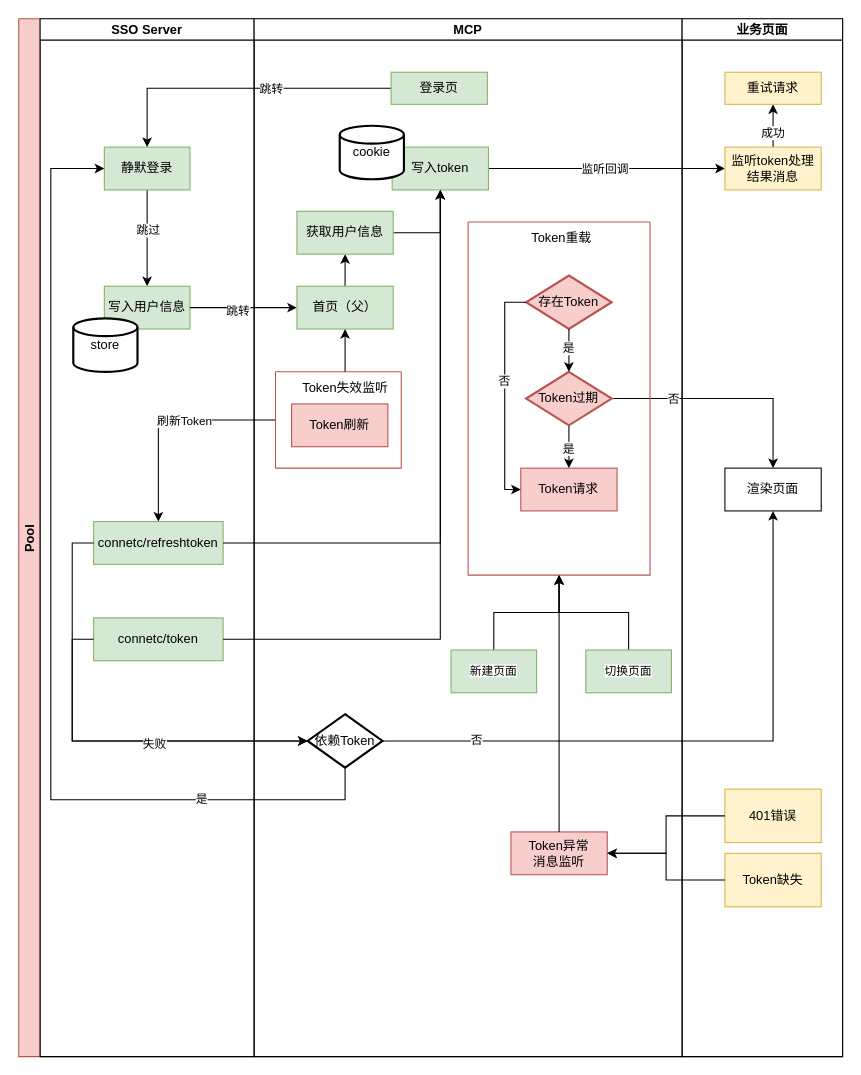
stonefromsky/workflowchart keeps this draw.io diagram as oidc访问令牌流程.drawio. Above is the earlier version. Source tidied: cells renumbered, new cells numbered last; positions are measured from the earlier drawing's top-left corner, leaving out a move shared by most shapes. Both pictures are drawn from the tidied source at 107%, with x=0, y=0 at pixel (18, 18).
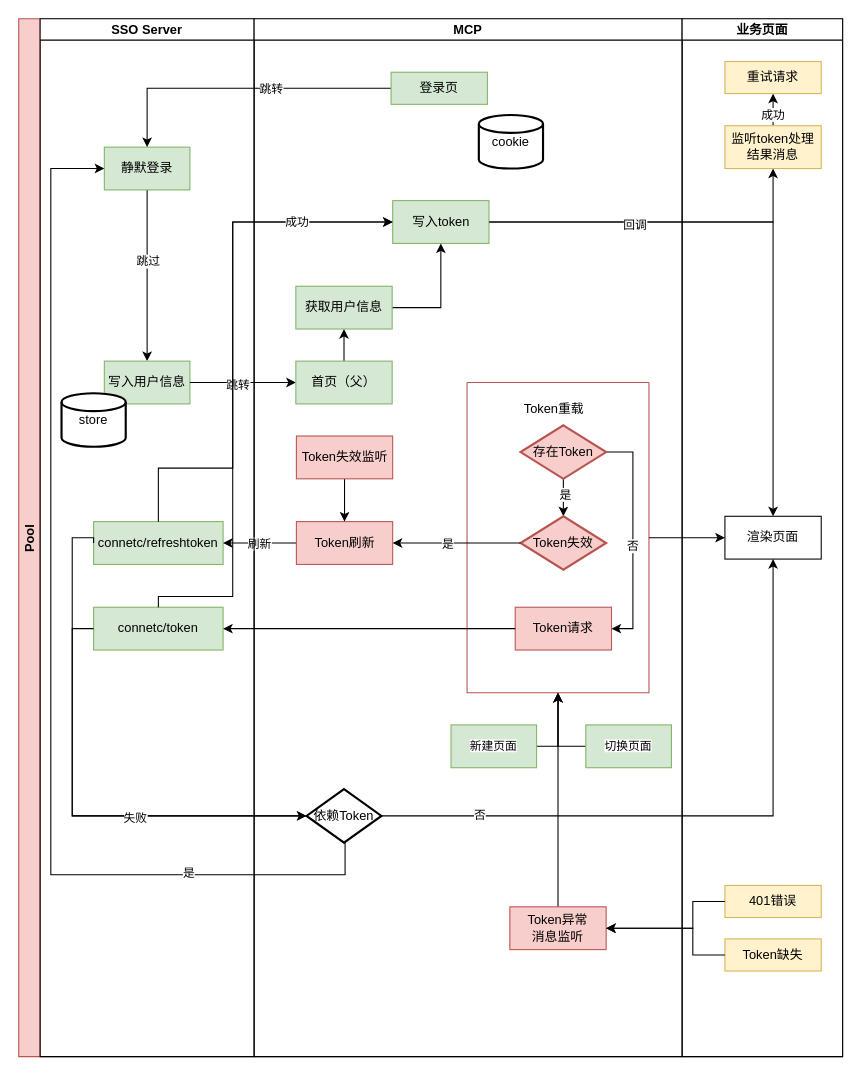
The same diagram, later.

Commit message (it also covers changes not shown here):
更新oidc访问令牌流程.drawio

The change refers to these unchanged cells:
```xml
<mxCell id="2" value="Pool" style="swimlane;startSize=20;horizontal=0;fillColor=#f8cecc;strokeColor=#b85450;" parent="1" vertex="1">
  <mxGeometry width="770" height="970" as="geometry" />
</mxCell>
<mxCell id="3" value="SSO Server" style="swimlane;startSize=20;" parent="2" vertex="1">
  <mxGeometry x="20" width="200" height="970" as="geometry" />
</mxCell>
<mxCell id="6" value="静默登录" style="rounded=0;whiteSpace=wrap;html=1;fillColor=#d5e8d4;strokeColor=#82b366;" parent="3" vertex="1">
  <mxGeometry x="60" y="120" width="80" height="40" as="geometry" />
</mxCell>
<mxCell id="9" value="connetc/refreshtoken" style="rounded=0;whiteSpace=wrap;html=1;fillColor=#d5e8d4;strokeColor=#82b366;" parent="3" vertex="1">
  <mxGeometry x="50" y="470" width="121" height="40" as="geometry" />
</mxCell>
<mxCell id="21" style="edgeStyle=orthogonalEdgeStyle;rounded=0;jettySize=auto;html=1;" parent="2" edge="1" source="29" target="57">
  <mxGeometry relative="1" as="geometry" />
</mxCell>
<mxCell id="23" value="MCP" style="swimlane;startSize=20;" parent="2" vertex="1">
  <mxGeometry x="220" width="400" height="970" as="geometry" />
</mxCell>
<mxCell id="53" value="业务页面" style="swimlane;startSize=20;" parent="2" vertex="1">
  <mxGeometry x="620" width="150" height="970" as="geometry" />
</mxCell>
```

What changed in the source:
```diff
@@
     <mxCell id="7" value="写入用户信息" style="rounded=0;whiteSpace=wrap;html=1;fillColor=#d5e8d4;strokeColor=#82b366;" parent="3" vertex="1">
-      <mxGeometry x="60" y="250" width="80" height="40" as="geometry" />
+      <mxGeometry x="60" y="320" width="80" height="40" as="geometry" />
     </mxCell>
     <mxCell id="8" value="store" style="strokeWidth=2;html=1;shape=mxgraph.flowchart.database;whiteSpace=wrap;" parent="3" vertex="1">
-      <mxGeometry x="31" y="280" width="60" height="50" as="geometry" />
+      <mxGeometry x="20" y="350" width="60" height="50" as="geometry" />
     </mxCell>
@@
     <mxCell id="10" value="connetc/token" style="rounded=0;whiteSpace=wrap;html=1;fillColor=#d5e8d4;strokeColor=#82b366;" parent="3" vertex="1">
-      <mxGeometry x="50" y="560" width="121" height="40" as="geometry" />
+      <mxGeometry x="50" y="550" width="121" height="40" as="geometry" />
     </mxCell>
@@
-    <mxCell id="15" style="edgeStyle=orthogonalEdgeStyle;rounded=0;jettySize=auto;html=1;entryX=0.5;entryY=1;entryDx=0;entryDy=0;exitX=1;exitY=0.5;exitDx=0;exitDy=0;" parent="2" edge="1" source="9" target="29">
-      <mxGeometry relative="1" as="geometry" />
-    </mxCell>
-    <mxCell id="16" style="edgeStyle=orthogonalEdgeStyle;rounded=0;jettySize=auto;html=1;entryX=0.5;entryY=0;entryDx=0;entryDy=0;exitX=0;exitY=0.5;exitDx=0;exitDy=0;" parent="2" edge="1" source="33" target="9">
+    <mxCell id="16" style="edgeStyle=orthogonalEdgeStyle;rounded=0;jettySize=auto;html=1;entryX=1;entryY=0.5;entryDx=0;entryDy=0;exitX=0;exitY=0.5;exitDx=0;exitDy=0;" parent="2" edge="1" source="35" target="9">
       <mxGeometry relative="1" as="geometry" />
     </mxCell>
-    <mxCell id="17" value="刷新Token" style="edgeLabel;html=1;align=center;verticalAlign=middle;" parent="16" vertex="1">
+    <mxCell id="17" value="刷新" style="edgeLabel;html=1;align=center;verticalAlign=middle;" parent="16" vertex="1">
       <mxGeometry x="-0.25" y="-3" relative="1" as="geometry">
         <mxPoint x="-9" y="3" as="offset" />
       </mxGeometry>
     </mxCell>
-    <mxCell id="18" style="edgeStyle=orthogonalEdgeStyle;rounded=0;jettySize=auto;html=1;entryX=0.5;entryY=0;entryDx=0;entryDy=0;" parent="2" edge="1" source="43" target="54">
-      <mxGeometry relative="1" as="geometry" />
-    </mxCell>
-    <mxCell id="19" value="否" style="edgeLabel;html=1;align=center;verticalAlign=middle;" parent="18" vertex="1">
-      <mxGeometry x="-0.47" relative="1" as="geometry" />
-    </mxCell>
-    <mxCell id="20" style="edgeStyle=orthogonalEdgeStyle;rounded=0;jettySize=auto;html=1;exitX=1;exitY=0.5;exitDx=0;exitDy=0;entryX=0.5;entryY=1;entryDx=0;entryDy=0;" parent="2" edge="1" source="10" target="29">
-      <mxGeometry relative="1" as="geometry">
-        <Array as="points">
-          <mxPoint x="394" y="580" />
-        </Array>
-      </mxGeometry>
-    </mxCell>
@@
-    <mxCell id="22" value="监听回调" style="edgeLabel;html=1;align=center;verticalAlign=middle;" parent="21" vertex="1">
-      <mxGeometry x="-0.2" relative="1" as="geometry">
-        <mxPoint x="20" as="offset" />
-      </mxGeometry>
-    </mxCell>
@@
     <mxCell id="26" value="首页（父）" style="rounded=0;whiteSpace=wrap;html=1;fillColor=#d5e8d4;strokeColor=#82b366;" parent="23" vertex="1">
-      <mxGeometry x="40" y="250" width="90" height="40" as="geometry" />
+      <mxGeometry x="39" y="320" width="90" height="40" as="geometry" />
     </mxCell>
-    <mxCell id="27" style="edgeStyle=orthogonalEdgeStyle;rounded=0;jettySize=auto;html=1;entryX=0.5;entryY=1;entryDx=0;entryDy=0;" parent="23" edge="1" source="28" target="37">
+    <mxCell id="27" style="edgeStyle=orthogonalEdgeStyle;rounded=0;jettySize=auto;html=1;entryX=0.5;entryY=1;entryDx=0;entryDy=0;exitX=1;exitY=0.5;exitDx=0;exitDy=0;" parent="23" edge="1" source="28" target="37">
       <mxGeometry relative="1" as="geometry" />
     </mxCell>
     <mxCell id="28" value="&lt;span style=&quot;font-size: 11px; text-wrap-mode: nowrap; background-color: rgb(255, 255, 255);&quot;&gt;新建页面&lt;/span&gt;" style="rounded=0;whiteSpace=wrap;html=1;fillColor=#d5e8d4;strokeColor=#82b366;" parent="23" vertex="1">
-      <mxGeometry x="184" y="590" width="80" height="40" as="geometry" />
+      <mxGeometry x="184" y="660" width="80" height="40" as="geometry" />
     </mxCell>
     <mxCell id="29" value="写入token" style="rounded=0;whiteSpace=wrap;html=1;fillColor=#d5e8d4;strokeColor=#82b366;" parent="23" vertex="1">
-      <mxGeometry x="129" y="120" width="90" height="40" as="geometry" />
+      <mxGeometry x="129.5" y="170" width="90" height="40" as="geometry" />
     </mxCell>
     <mxCell id="30" value="cookie" style="strokeWidth=2;html=1;shape=mxgraph.flowchart.database;whiteSpace=wrap;" parent="23" vertex="1">
-      <mxGeometry x="80" y="100" width="60" height="50" as="geometry" />
+      <mxGeometry x="210" y="90" width="60" height="50" as="geometry" />
     </mxCell>
@@
     <mxCell id="32" value="获取用户信息" style="rounded=0;whiteSpace=wrap;html=1;fillColor=#d5e8d4;strokeColor=#82b366;" parent="23" vertex="1">
-      <mxGeometry x="40" y="180" width="90" height="40" as="geometry" />
+      <mxGeometry x="39" y="250" width="90" height="40" as="geometry" />
     </mxCell>
-    <mxCell id="33" style="swimlane;startSize=0;fillColor=#f8cecc;strokeColor=#b85450;" parent="23" vertex="1">
-      <mxGeometry x="20" y="330" width="117.5" height="90" as="geometry" />
-    </mxCell>
-    <mxCell id="34" value="Token失效监听" style="text;html=1;align=center;verticalAlign=middle;points=[];strokeColor=none;fillColor=none;" parent="33" vertex="1">
-      <mxGeometry x="15" width="100" height="30" as="geometry" />
-    </mxCell>
-    <mxCell id="35" value="Token刷新" style="rounded=0;whiteSpace=wrap;html=1;fillColor=#f8cecc;strokeColor=#b85450;" parent="33" vertex="1">
-      <mxGeometry x="15" y="30" width="90" height="40" as="geometry" />
-    </mxCell>
-    <mxCell id="36" style="edgeStyle=orthogonalEdgeStyle;rounded=0;jettySize=auto;html=1;entryX=0.5;entryY=1;entryDx=0;entryDy=0;" parent="23" edge="1" source="34" target="26">
-      <mxGeometry relative="1" as="geometry" />
-    </mxCell>
     <mxCell id="37" style="swimlane;startSize=0;fillColor=#f8cecc;strokeColor=#b85450;" parent="23" vertex="1">
-      <mxGeometry x="200" y="190" width="170" height="330" as="geometry" />
+      <mxGeometry x="199" y="340" width="170" height="290" as="geometry" />
     </mxCell>
     <mxCell id="38" value="Token重载" style="text;html=1;align=center;verticalAlign=middle;strokeColor=none;fillColor=none;" parent="37" vertex="1">
-      <mxGeometry x="46.8" width="80" height="30" as="geometry" />
+      <mxGeometry x="41" y="10" width="80" height="30" as="geometry" />
     </mxCell>
+    <mxCell id="70" style="edgeStyle=orthogonalEdgeStyle;rounded=0;jettySize=auto;html=1;" parent="37" edge="1" source="40" target="74">
+      <mxGeometry relative="1" as="geometry" />
+    </mxCell>
+    <mxCell id="71" value="是" style="edgeLabel;html=1;align=center;verticalAlign=middle;" parent="70" vertex="1">
+      <mxGeometry x="-0.38" y="1" relative="1" as="geometry" />
+    </mxCell>
+    <mxCell id="46" style="edgeStyle=orthogonalEdgeStyle;rounded=0;jettySize=auto;html=1;entryX=1;entryY=0.5;entryDx=0;entryDy=0;exitX=1;exitY=0.5;exitDx=0;exitDy=0;exitPerimeter=0;" parent="37" edge="1" source="40" target="39">
+      <mxGeometry relative="1" as="geometry" />
+    </mxCell>
+    <mxCell id="72" value="&lt;div&gt;&lt;br&gt;&lt;/div&gt;&lt;div&gt;&lt;br&gt;&lt;/div&gt;" style="edgeLabel;html=1;align=center;verticalAlign=middle;" parent="46" vertex="1">
+      <mxGeometry x="-0.48" relative="1" as="geometry" />
+    </mxCell>
+    <mxCell id="73" value="否" style="edgeLabel;html=1;align=center;verticalAlign=middle;" parent="46" vertex="1">
+      <mxGeometry x="0.07" y="-1" relative="1" as="geometry" />
+    </mxCell>
+    <mxCell id="40" value="存在Token" style="strokeWidth=2;html=1;shape=mxgraph.flowchart.decision;whiteSpace=wrap;fillColor=#f8cecc;strokeColor=#b85450;" parent="37" vertex="1">
+      <mxGeometry x="50" y="40" width="80" height="50" as="geometry" />
+    </mxCell>
+    <mxCell id="74" value="Token失效" style="strokeWidth=2;html=1;shape=mxgraph.flowchart.decision;whiteSpace=wrap;fillColor=#f8cecc;strokeColor=#b85450;" parent="37" vertex="1">
+      <mxGeometry x="50" y="125" width="80" height="50" as="geometry" />
+    </mxCell>
     <mxCell id="39" value="Token请求" style="rounded=0;whiteSpace=wrap;html=1;fillColor=#f8cecc;strokeColor=#b85450;" parent="37" vertex="1">
-      <mxGeometry x="49.2" y="230" width="90" height="40" as="geometry" />
+      <mxGeometry x="45" y="210" width="90" height="40" as="geometry" />
     </mxCell>
-    <mxCell id="40" value="存在Token" style="strokeWidth=2;html=1;shape=mxgraph.flowchart.decision;whiteSpace=wrap;fillColor=#f8cecc;strokeColor=#b85450;" parent="37" vertex="1">
-      <mxGeometry x="54.2" y="50" width="80" height="50" as="geometry" />
-    </mxCell>
-    <mxCell id="41" style="edgeStyle=orthogonalEdgeStyle;rounded=0;jettySize=auto;html=1;" parent="37" edge="1" source="43" target="39">
-      <mxGeometry relative="1" as="geometry" />
-    </mxCell>
-    <mxCell id="42" value="是" style="edgeLabel;html=1;align=center;verticalAlign=middle;" parent="41" vertex="1">
-      <mxGeometry x="0.05" y="-1" relative="1" as="geometry" />
-    </mxCell>
-    <mxCell id="43" value="Token过期" style="strokeWidth=2;html=1;shape=mxgraph.flowchart.decision;whiteSpace=wrap;fillColor=#f8cecc;strokeColor=#b85450;" parent="37" vertex="1">
-      <mxGeometry x="54.2" y="140" width="80" height="50" as="geometry" />
-    </mxCell>
-    <mxCell id="44" style="edgeStyle=orthogonalEdgeStyle;rounded=0;jettySize=auto;html=1;" parent="37" edge="1" source="40" target="43">
-      <mxGeometry relative="1" as="geometry" />
-    </mxCell>
-    <mxCell id="45" value="是" style="edgeLabel;html=1;align=center;verticalAlign=middle;" parent="44" vertex="1">
-      <mxGeometry x="-0.15" y="-1" relative="1" as="geometry" />
-    </mxCell>
-    <mxCell id="46" style="edgeStyle=orthogonalEdgeStyle;rounded=0;jettySize=auto;html=1;entryX=0;entryY=0.5;entryDx=0;entryDy=0;exitX=0;exitY=0.5;exitDx=0;exitDy=0;exitPerimeter=0;" parent="37" edge="1" source="40" target="39">
-      <mxGeometry relative="1" as="geometry" />
-    </mxCell>
-    <mxCell id="47" value="否" style="edgeLabel;html=1;align=center;verticalAlign=middle;" parent="46" vertex="1">
-      <mxGeometry x="-0.11" y="-1" relative="1" as="geometry" />
-    </mxCell>
+    <mxCell id="50" value="依赖Token" style="strokeWidth=2;html=1;shape=mxgraph.flowchart.decision;whiteSpace=wrap;" parent="23" vertex="1">
+      <mxGeometry x="49" y="720" width="70" height="50" as="geometry" />
+    </mxCell>
+    <mxCell id="52" style="edgeStyle=orthogonalEdgeStyle;rounded=0;jettySize=auto;html=1;entryX=0.5;entryY=1;entryDx=0;entryDy=0;" parent="23" edge="1" source="51" target="37">
+      <mxGeometry relative="1" as="geometry" />
+    </mxCell>
+    <mxCell id="51" value="Token异常&lt;div&gt;消息监听&lt;/div&gt;" style="rounded=0;whiteSpace=wrap;html=1;fillColor=#f8cecc;strokeColor=#b85450;" parent="23" vertex="1">
+      <mxGeometry x="239" y="830" width="90" height="40" as="geometry" />
+    </mxCell>
     <mxCell id="48" style="edgeStyle=orthogonalEdgeStyle;rounded=0;jettySize=auto;html=1;entryX=0.5;entryY=1;entryDx=0;entryDy=0;" parent="23" edge="1" source="49" target="37">
-      <mxGeometry relative="1" as="geometry" />
+      <mxGeometry relative="1" as="geometry">
+        <Array as="points">
+          <mxPoint x="284" y="680" />
+        </Array>
+      </mxGeometry>
     </mxCell>
     <mxCell id="49" value="&lt;span style=&quot;font-size: 11px; text-wrap-mode: nowrap; background-color: rgb(255, 255, 255);&quot;&gt;切换页面&lt;/span&gt;" style="rounded=0;whiteSpace=wrap;html=1;fillColor=#d5e8d4;strokeColor=#82b366;" parent="23" vertex="1">
-      <mxGeometry x="310" y="590" width="80" height="40" as="geometry" />
+      <mxGeometry x="310" y="660" width="80" height="40" as="geometry" />
     </mxCell>
-    <mxCell id="50" value="依赖Token" style="strokeWidth=2;html=1;shape=mxgraph.flowchart.decision;whiteSpace=wrap;" parent="23" vertex="1">
-      <mxGeometry x="50" y="650" width="70" height="50" as="geometry" />
-    </mxCell>
-    <mxCell id="51" value="Token异常&lt;div&gt;消息监听&lt;/div&gt;" style="rounded=0;whiteSpace=wrap;html=1;fillColor=#f8cecc;strokeColor=#b85450;" parent="23" vertex="1">
-      <mxGeometry x="240" y="760" width="90" height="40" as="geometry" />
-    </mxCell>
-    <mxCell id="52" style="edgeStyle=orthogonalEdgeStyle;rounded=0;jettySize=auto;html=1;entryX=0.5;entryY=1;entryDx=0;entryDy=0;" parent="23" edge="1" source="51" target="37">
-      <mxGeometry relative="1" as="geometry" />
-    </mxCell>
+    <mxCell id="35" value="Token刷新" style="rounded=0;whiteSpace=wrap;html=1;fillColor=#f8cecc;strokeColor=#b85450;" parent="23" vertex="1">
+      <mxGeometry x="39.5" y="470" width="90" height="40" as="geometry" />
+    </mxCell>
+    <mxCell id="75" style="edgeStyle=orthogonalEdgeStyle;rounded=0;jettySize=auto;html=1;entryX=0.5;entryY=0;entryDx=0;entryDy=0;" parent="23" edge="1" source="34" target="35">
+      <mxGeometry relative="1" as="geometry" />
+    </mxCell>
+    <mxCell id="34" value="Token失效监听" style="rounded=0;whiteSpace=wrap;html=1;fillColor=#f8cecc;strokeColor=#b85450;" parent="23" vertex="1">
+      <mxGeometry x="39.5" y="390" width="90" height="40" as="geometry" />
+    </mxCell>
+    <mxCell id="76" style="edgeStyle=orthogonalEdgeStyle;rounded=0;jettySize=auto;html=1;entryX=1;entryY=0.5;entryDx=0;entryDy=0;" parent="23" edge="1" source="74" target="35">
+      <mxGeometry relative="1" as="geometry" />
+    </mxCell>
+    <mxCell id="77" value="是" style="edgeLabel;html=1;align=center;verticalAlign=middle;" parent="76" vertex="1">
+      <mxGeometry x="0.15" relative="1" as="geometry" />
+    </mxCell>
@@
     <mxCell id="54" value="渲染页面" style="rounded=0;whiteSpace=wrap;html=1;" parent="53" vertex="1">
-      <mxGeometry x="40" y="420" width="90" height="40" as="geometry" />
+      <mxGeometry x="40" y="465" width="90" height="40" as="geometry" />
     </mxCell>
@@
     <mxCell id="57" value="监听token处理结果消息" style="rounded=0;whiteSpace=wrap;html=1;fillColor=#fff2cc;strokeColor=#d6b656;" parent="53" vertex="1">
-      <mxGeometry x="40" y="120" width="90" height="40" as="geometry" />
+      <mxGeometry x="40" y="100" width="90" height="40" as="geometry" />
     </mxCell>
     <mxCell id="58" value="重试请求" style="rounded=0;whiteSpace=wrap;html=1;fillColor=#fff2cc;strokeColor=#d6b656;" parent="53" vertex="1">
-      <mxGeometry x="40" y="50" width="90" height="30" as="geometry" />
+      <mxGeometry x="40" y="40" width="90" height="30" as="geometry" />
     </mxCell>
     <mxCell id="59" value="401错误" style="rounded=0;whiteSpace=wrap;html=1;fillColor=#fff2cc;strokeColor=#d6b656;" parent="53" vertex="1">
-      <mxGeometry x="40" y="720" width="90" height="50" as="geometry" />
+      <mxGeometry x="40" y="810" width="90" height="30" as="geometry" />
     </mxCell>
     <mxCell id="60" value="Token缺失" style="rounded=0;whiteSpace=wrap;html=1;fillColor=#fff2cc;strokeColor=#d6b656;" parent="53" vertex="1">
-      <mxGeometry x="40" y="780" width="90" height="50" as="geometry" />
+      <mxGeometry x="40" y="860" width="90" height="30" as="geometry" />
     </mxCell>
-    <mxCell id="61" style="edgeStyle=orthogonalEdgeStyle;rounded=0;jettySize=auto;html=1;entryX=0;entryY=0.5;entryDx=0;entryDy=0;entryPerimeter=0;" parent="2" edge="1" source="9" target="50">
-      <mxGeometry relative="1" as="geometry">
-        <Array as="points">
-          <mxPoint x="50" y="490" />
-          <mxPoint x="50" y="675" />
-        </Array>
-      </mxGeometry>
-    </mxCell>
-    <mxCell id="62" style="edgeStyle=orthogonalEdgeStyle;rounded=0;jettySize=auto;html=1;entryX=0;entryY=0.5;entryDx=0;entryDy=0;entryPerimeter=0;" parent="2" edge="1" source="10" target="50">
-      <mxGeometry relative="1" as="geometry">
-        <Array as="points">
-          <mxPoint x="50" y="580" />
-          <mxPoint x="50" y="675" />
-        </Array>
-      </mxGeometry>
-    </mxCell>
-    <mxCell id="63" value="失败" style="edgeLabel;html=1;align=center;verticalAlign=middle;" parent="62" vertex="1">
-      <mxGeometry x="0.14" y="-2" relative="1" as="geometry" />
-    </mxCell>
     <mxCell id="64" style="edgeStyle=orthogonalEdgeStyle;rounded=0;jettySize=auto;html=1;entryX=0;entryY=0.5;entryDx=0;entryDy=0;exitX=0.5;exitY=1;exitDx=0;exitDy=0;exitPerimeter=0;" parent="2" edge="1" source="50" target="6">
       <mxGeometry relative="1" as="geometry">
         <Array as="points">
-          <mxPoint x="305" y="730" />
-          <mxPoint x="30" y="730" />
+          <mxPoint x="305" y="770" />
+          <mxPoint x="305" y="800" />
+          <mxPoint x="30" y="800" />
           <mxPoint x="30" y="140" />
         </Array>
       </mxGeometry>
     </mxCell>
@@
     <mxCell id="66" style="edgeStyle=orthogonalEdgeStyle;rounded=0;jettySize=auto;html=1;entryX=1;entryY=0.5;entryDx=0;entryDy=0;" parent="2" edge="1" source="59" target="51">
-      <mxGeometry relative="1" as="geometry" />
+      <mxGeometry relative="1" as="geometry">
+        <Array as="points">
+          <mxPoint x="630" y="825" />
+          <mxPoint x="630" y="850" />
+        </Array>
+      </mxGeometry>
     </mxCell>
     <mxCell id="67" style="edgeStyle=orthogonalEdgeStyle;rounded=0;jettySize=auto;html=1;entryX=1;entryY=0.5;entryDx=0;entryDy=0;" parent="2" edge="1" source="60" target="51">
-      <mxGeometry relative="1" as="geometry" />
+      <mxGeometry relative="1" as="geometry">
+        <Array as="points">
+          <mxPoint x="630" y="875" />
+          <mxPoint x="630" y="850" />
+        </Array>
+      </mxGeometry>
     </mxCell>
@@
+    <mxCell id="78" style="edgeStyle=orthogonalEdgeStyle;rounded=0;jettySize=auto;html=1;entryX=0;entryY=0.5;entryDx=0;entryDy=0;" parent="2" edge="1" source="37" target="54">
+      <mxGeometry relative="1" as="geometry" />
+    </mxCell>
+    <mxCell id="61" style="edgeStyle=orthogonalEdgeStyle;rounded=0;jettySize=auto;html=1;entryX=0;entryY=0.5;entryDx=0;entryDy=0;entryPerimeter=0;exitX=0;exitY=0.5;exitDx=0;exitDy=0;" parent="2" edge="1" source="9" target="50">
+      <mxGeometry relative="1" as="geometry">
+        <Array as="points">
+          <mxPoint x="50" y="485" />
+          <mxPoint x="50" y="745" />
+        </Array>
+      </mxGeometry>
+    </mxCell>
+    <mxCell id="62" style="edgeStyle=orthogonalEdgeStyle;rounded=0;jettySize=auto;html=1;entryX=0;entryY=0.5;entryDx=0;entryDy=0;entryPerimeter=0;exitX=0;exitY=0.5;exitDx=0;exitDy=0;" parent="2" edge="1" source="10" target="50">
+      <mxGeometry relative="1" as="geometry">
+        <Array as="points">
+          <mxPoint x="50" y="570" />
+          <mxPoint x="50" y="745" />
+        </Array>
+      </mxGeometry>
+    </mxCell>
+    <mxCell id="63" value="失败" style="edgeLabel;html=1;align=center;verticalAlign=middle;" parent="62" vertex="1">
+      <mxGeometry x="0.22" y="-1" relative="1" as="geometry" />
+    </mxCell>
+    <mxCell id="79" style="edgeStyle=orthogonalEdgeStyle;rounded=0;jettySize=auto;html=1;entryX=0.5;entryY=0;entryDx=0;entryDy=0;" parent="2" edge="1" source="29" target="54">
+      <mxGeometry relative="1" as="geometry" />
+    </mxCell>
+    <mxCell id="80" value="回调" style="edgeLabel;html=1;align=center;verticalAlign=middle;" parent="79" vertex="1">
+      <mxGeometry x="-0.5" y="-2" relative="1" as="geometry">
+        <mxPoint x="1" as="offset" />
+      </mxGeometry>
+    </mxCell>
+    <mxCell id="15" style="edgeStyle=orthogonalEdgeStyle;rounded=0;jettySize=auto;html=1;entryX=0;entryY=0.5;entryDx=0;entryDy=0;exitX=0.5;exitY=0;exitDx=0;exitDy=0;" parent="2" edge="1" source="9" target="29">
+      <mxGeometry relative="1" as="geometry">
+        <Array as="points">
+          <mxPoint x="131" y="420" />
+          <mxPoint x="200" y="420" />
+          <mxPoint x="200" y="190" />
+        </Array>
+      </mxGeometry>
+    </mxCell>
+    <mxCell id="20" style="edgeStyle=orthogonalEdgeStyle;rounded=0;jettySize=auto;html=1;entryX=0;entryY=0.5;entryDx=0;entryDy=0;exitX=0.5;exitY=0;exitDx=0;exitDy=0;" parent="2" edge="1" source="10" target="29">
+      <mxGeometry relative="1" as="geometry">
+        <Array as="points">
+          <mxPoint x="131" y="540" />
+          <mxPoint x="200" y="540" />
+          <mxPoint x="200" y="190" />
+        </Array>
+      </mxGeometry>
+    </mxCell>
+    <mxCell id="81" value="成功" style="edgeLabel;html=1;align=center;verticalAlign=middle;" parent="20" vertex="1">
+      <mxGeometry x="0.69" y="1" relative="1" as="geometry" />
+    </mxCell>
+    <mxCell id="82" style="edgeStyle=orthogonalEdgeStyle;rounded=0;jettySize=auto;html=1;entryX=1;entryY=0.5;entryDx=0;entryDy=0;" parent="2" edge="1" source="39" target="10">
+      <mxGeometry relative="1" as="geometry" />
+    </mxCell>
```
